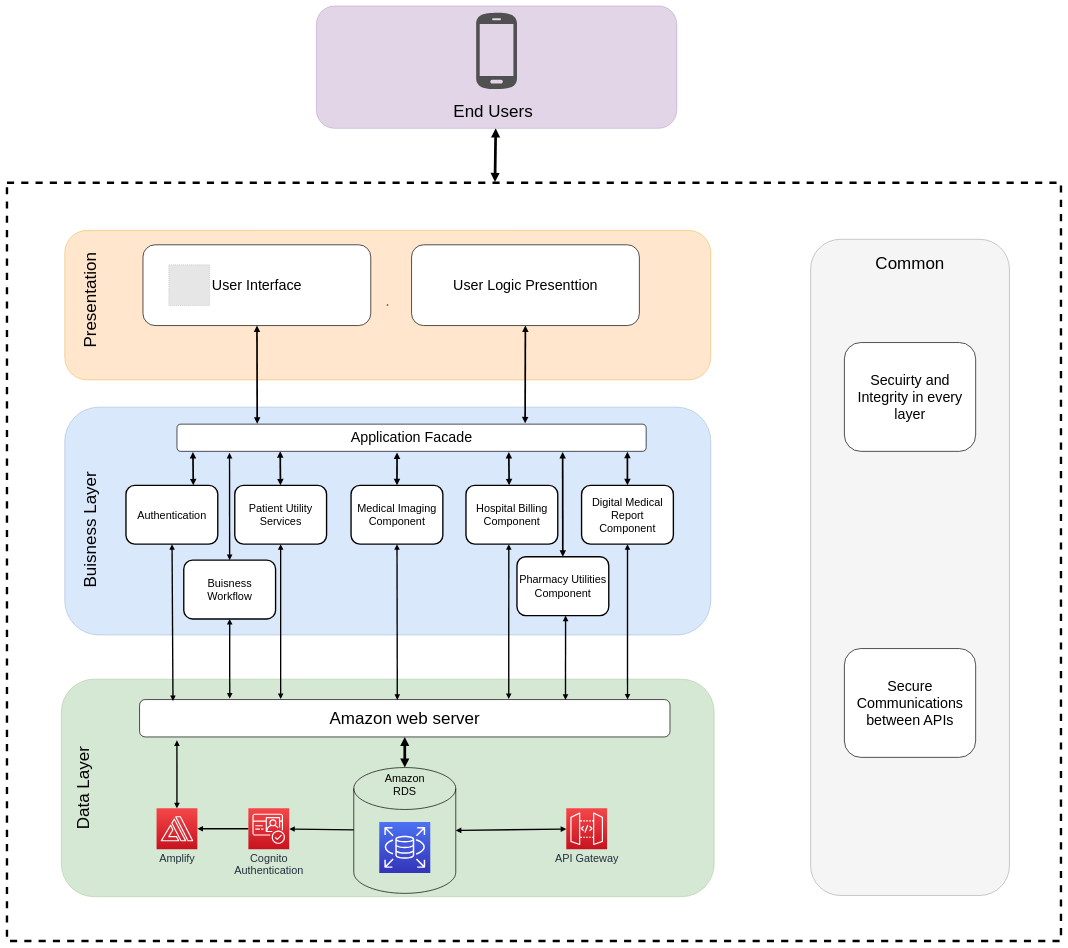
Before: Untitled Diagram.drawio in SahanChan/x, a draw.io diagram. Source tidied: cells renumbered, new cells numbered last; positions are measured from the earlier drawing's top-left corner, leaving out a move shared by most shapes. Both pictures are drawn from the tidied source at 34%, with x=0, y=0 at pixel (7, 6). Pictures stored in the file or linked from it are replaced by grey dashed boxes.
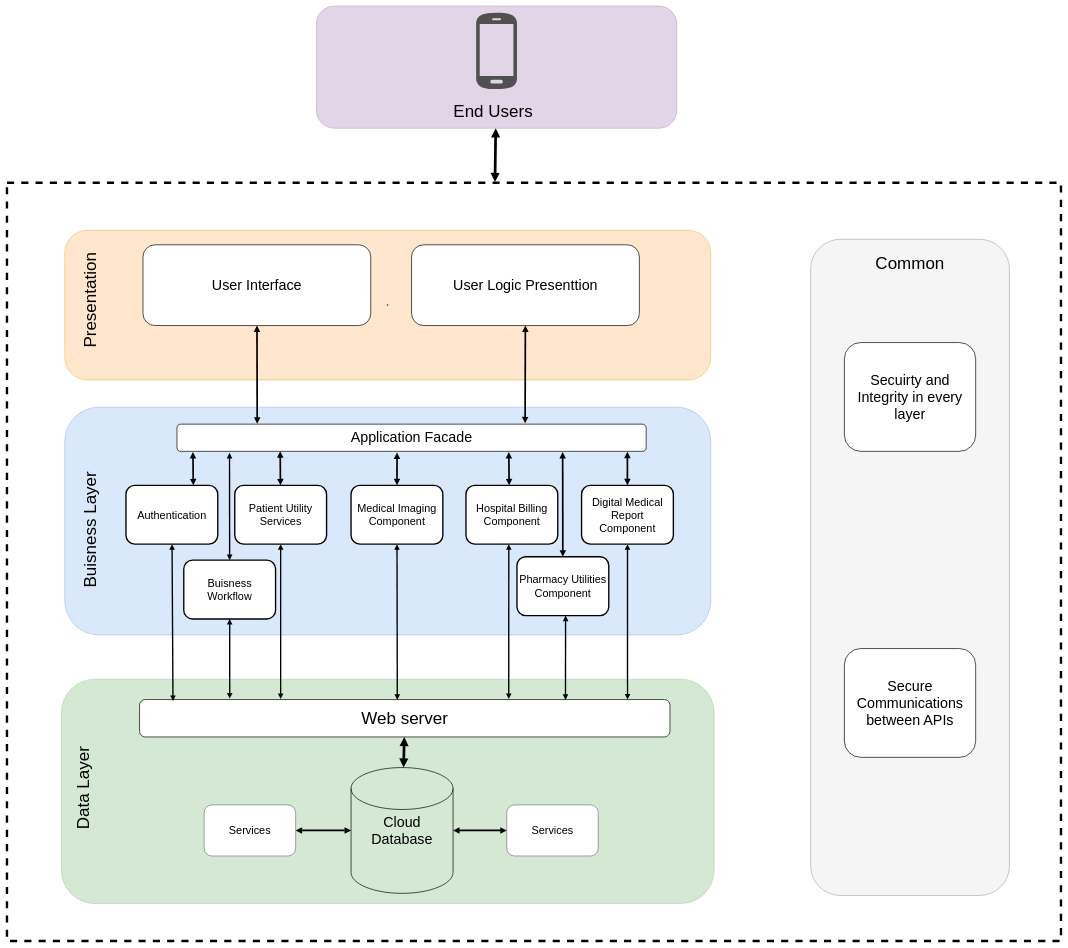
The same diagram, later.

The edit, as a diff of the source:
```diff
@@
     <mxCell id="4" style="rounded=1;whiteSpace=wrap;html=1;fillColor=#d5e8d4;strokeColor=#82b366;" parent="1" vertex="1">
-      <mxGeometry x="160" y="1980" width="1920" height="640" as="geometry" />
+      <mxGeometry x="160" y="1980" width="1920" height="660" as="geometry" />
     </mxCell>
@@
-    <mxCell id="15" style="fontColor=#232F3E;gradientColor=#4D72F3;gradientDirection=north;fillColor=#3334B9;strokeColor=#ffffff;dashed=0;verticalLabelPosition=bottom;verticalAlign=top;align=center;html=1;fontSize=12;fontStyle=0;shape=mxgraph.aws4.resourceIcon;resIcon=mxgraph.aws4.rds;rounded=0;shadow=0;glass=0;sketch=0;" parent="1" vertex="1">
-      <mxGeometry x="1095" y="2400" width="150" height="150" as="geometry" />
-    </mxCell>
@@
-    <mxCell id="17" style="edgeStyle=none;rounded=0;jettySize=auto;html=1;startArrow=none;startFill=0;endArrow=block;endFill=1;targetPerimeterSpacing=0;strokeWidth=4;" parent="1" edge="1" source="18" target="22">
-      <mxGeometry relative="1" as="geometry" />
-    </mxCell>
+    <mxCell id="56" style="edgeStyle=orthogonalEdgeStyle;rounded=0;jettySize=auto;html=1;startArrow=block;startFill=1;endArrow=block;endFill=1;strokeWidth=5;" parent="1" edge="1" source="18" target="58">
+      <mxGeometry relative="1" as="geometry" />
+    </mxCell>
+    <mxCell id="57" style="edgeStyle=orthogonalEdgeStyle;rounded=0;jettySize=auto;html=1;startArrow=block;startFill=1;endArrow=block;endFill=1;strokeWidth=5;" parent="1" edge="1" source="18" target="59">
+      <mxGeometry relative="1" as="geometry" />
+    </mxCell>
-    <mxCell id="18" style="strokeWidth=2;html=1;shape=mxgraph.flowchart.database;whiteSpace=wrap;rounded=0;shadow=0;glass=0;sketch=0;fillColor=none;" parent="1" vertex="1">
-      <mxGeometry x="1020" y="2240" width="300" height="370" as="geometry" />
+    <mxCell id="18" value="&lt;font style=&quot;font-size: 42px&quot;&gt;Cloud Database&lt;/font&gt;" style="strokeWidth=2;html=1;shape=mxgraph.flowchart.database;whiteSpace=wrap;rounded=0;shadow=0;glass=0;sketch=0;fillColor=none;" parent="1" vertex="1">
+      <mxGeometry x="1012" y="2240" width="300" height="370" as="geometry" />
     </mxCell>
-    <mxCell id="19" value="&lt;div style=&quot;font-size: 32px&quot;&gt;&lt;font style=&quot;font-size: 32px&quot;&gt;Amazon RDS&lt;/font&gt;&lt;/div&gt;&lt;div style=&quot;font-size: 32px&quot;&gt;&lt;font style=&quot;font-size: 32px&quot;&gt;&lt;br&gt;&lt;/font&gt;&lt;/div&gt;" style="text;html=1;strokeColor=none;fillColor=none;align=center;verticalAlign=middle;whiteSpace=wrap;rounded=0;shadow=0;glass=0;sketch=0;" parent="1" vertex="1">
-      <mxGeometry x="1146" y="2300" width="48" height="20" as="geometry" />
-    </mxCell>
-    <mxCell id="20" value="&lt;div&gt;&lt;font style=&quot;font-size: 50px&quot;&gt;Amazon web server&lt;/font&gt;&lt;/div&gt;" style="rounded=1;whiteSpace=wrap;html=1;shadow=0;glass=0;sketch=0;strokeWidth=2;" parent="1" vertex="1">
+    <mxCell id="20" value="&lt;div&gt;&lt;font style=&quot;font-size: 50px&quot;&gt;Web server&lt;/font&gt;&lt;/div&gt;" style="rounded=1;whiteSpace=wrap;html=1;shadow=0;glass=0;sketch=0;strokeWidth=2;" parent="1" vertex="1">
       <mxGeometry x="390" y="2040" width="1560" height="110" as="geometry" />
     </mxCell>
-    <mxCell id="21" style="edgeStyle=none;rounded=0;jettySize=auto;html=1;startArrow=none;startFill=0;endArrow=block;endFill=1;targetPerimeterSpacing=0;strokeWidth=4;" parent="1" edge="1" source="22" target="24">
-      <mxGeometry relative="1" as="geometry" />
-    </mxCell>
-    <mxCell id="22" value="&lt;div&gt;&lt;font style=&quot;font-size: 32px&quot;&gt;Cognito&lt;/font&gt;&lt;/div&gt;&lt;div&gt;&lt;font style=&quot;font-size: 32px&quot;&gt; Authentication&lt;/font&gt;&lt;/div&gt;" style="points=[[0,0,0],[0.25,0,0],[0.5,0,0],[0.75,0,0],[1,0,0],[0,1,0],[0.25,1,0],[0.5,1,0],[0.75,1,0],[1,1,0],[0,0.25,0],[0,0.5,0],[0,0.75,0],[1,0.25,0],[1,0.5,0],[1,0.75,0]];outlineConnect=0;fontColor=#232F3E;gradientColor=#F54749;gradientDirection=north;fillColor=#C7131F;strokeColor=#ffffff;dashed=0;verticalLabelPosition=bottom;verticalAlign=top;align=center;html=1;fontSize=12;fontStyle=0;shape=mxgraph.aws4.resourceIcon;resIcon=mxgraph.aws4.cognito;rounded=0;shadow=0;glass=0;sketch=0;" parent="1" vertex="1">
-      <mxGeometry x="710" y="2360" width="120" height="120" as="geometry" />
-    </mxCell>
-    <mxCell id="23" style="edgeStyle=none;rounded=0;jettySize=auto;html=1;entryX=0.177;entryY=0.281;entryDx=0;entryDy=0;entryPerimeter=0;startArrow=block;startFill=1;endArrow=block;endFill=1;targetPerimeterSpacing=0;strokeWidth=4;" parent="1" edge="1" source="24" target="4">
-      <mxGeometry relative="1" as="geometry" />
-    </mxCell>
-    <mxCell id="24" value="&lt;font style=&quot;font-size: 32px&quot;&gt;Amplify&lt;/font&gt;" style="points=[[0,0,0],[0.25,0,0],[0.5,0,0],[0.75,0,0],[1,0,0],[0,1,0],[0.25,1,0],[0.5,1,0],[0.75,1,0],[1,1,0],[0,0.25,0],[0,0.5,0],[0,0.75,0],[1,0.25,0],[1,0.5,0],[1,0.75,0]];outlineConnect=0;fontColor=#232F3E;gradientColor=#F54749;gradientDirection=north;fillColor=#C7131F;strokeColor=#ffffff;dashed=0;verticalLabelPosition=bottom;verticalAlign=top;align=center;html=1;fontSize=12;fontStyle=0;shape=mxgraph.aws4.resourceIcon;resIcon=mxgraph.aws4.amplify;rounded=0;shadow=0;glass=0;sketch=0;" parent="1" vertex="1">
-      <mxGeometry x="440" y="2360" width="120" height="120" as="geometry" />
-    </mxCell>
-    <mxCell id="25" style="edgeStyle=none;rounded=0;jettySize=auto;html=1;entryX=1;entryY=0.5;entryDx=0;entryDy=0;entryPerimeter=0;startArrow=block;startFill=1;endArrow=block;endFill=1;targetPerimeterSpacing=0;strokeWidth=4;" parent="1" edge="1" source="26" target="18">
-      <mxGeometry relative="1" as="geometry" />
-    </mxCell>
-    <mxCell id="26" value="&lt;div style=&quot;font-size: 32px&quot;&gt;&lt;font style=&quot;font-size: 32px&quot;&gt;API Gateway&lt;/font&gt;&lt;/div&gt;&lt;div style=&quot;font-size: 32px&quot;&gt;&lt;font style=&quot;font-size: 32px&quot;&gt;&lt;br&gt;&lt;/font&gt;&lt;/div&gt;" style="points=[[0,0,0],[0.25,0,0],[0.5,0,0],[0.75,0,0],[1,0,0],[0,1,0],[0.25,1,0],[0.5,1,0],[0.75,1,0],[1,1,0],[0,0.25,0],[0,0.5,0],[0,0.75,0],[1,0.25,0],[1,0.5,0],[1,0.75,0]];outlineConnect=0;fontColor=#232F3E;gradientColor=#F54749;gradientDirection=north;fillColor=#C7131F;strokeColor=#ffffff;dashed=0;verticalLabelPosition=bottom;verticalAlign=top;align=center;html=1;fontSize=12;fontStyle=0;shape=mxgraph.aws4.resourceIcon;resIcon=mxgraph.aws4.api_gateway;rounded=0;shadow=0;glass=0;sketch=0;" parent="1" vertex="1">
-      <mxGeometry x="1645" y="2360" width="120" height="120" as="geometry" />
-    </mxCell>
@@
-    <mxCell id="50" style="fillColor=#E6E6E6;strokeColor=#999999;dashed=1;html=1;verticalAlign=top;verticalLabelPosition=bottom;labelBackgroundColor=#ffffff;" parent="1" vertex="1">
-      <mxGeometry x="476" y="761.2" width="120" height="120" as="geometry" />
-    </mxCell>
@@
+    <mxCell id="58" value="&lt;font style=&quot;font-size: 32px&quot;&gt;Services&lt;/font&gt;" style="rounded=1;whiteSpace=wrap;html=1;" parent="1" vertex="1">
+      <mxGeometry x="1470" y="2350" width="269" height="150" as="geometry" />
+    </mxCell>
+    <mxCell id="59" value="&lt;font style=&quot;font-size: 32px&quot;&gt;Services&lt;/font&gt;" style="rounded=1;whiteSpace=wrap;html=1;" parent="1" vertex="1">
+      <mxGeometry x="580" y="2350" width="269" height="150" as="geometry" />
+    </mxCell>
```
